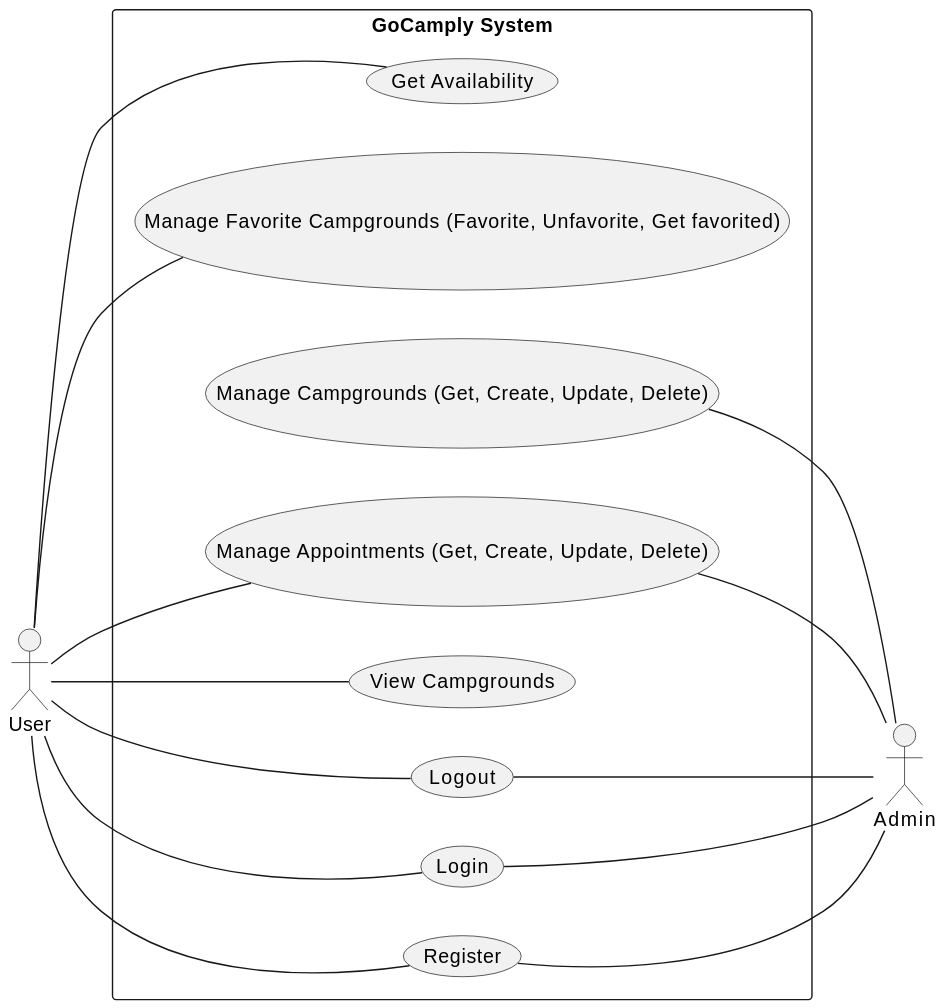
Above: docs/diagrams/usecase/Use Case Diagram.svg in aimon-tnp/GoCamply (PlantUML), before the change.
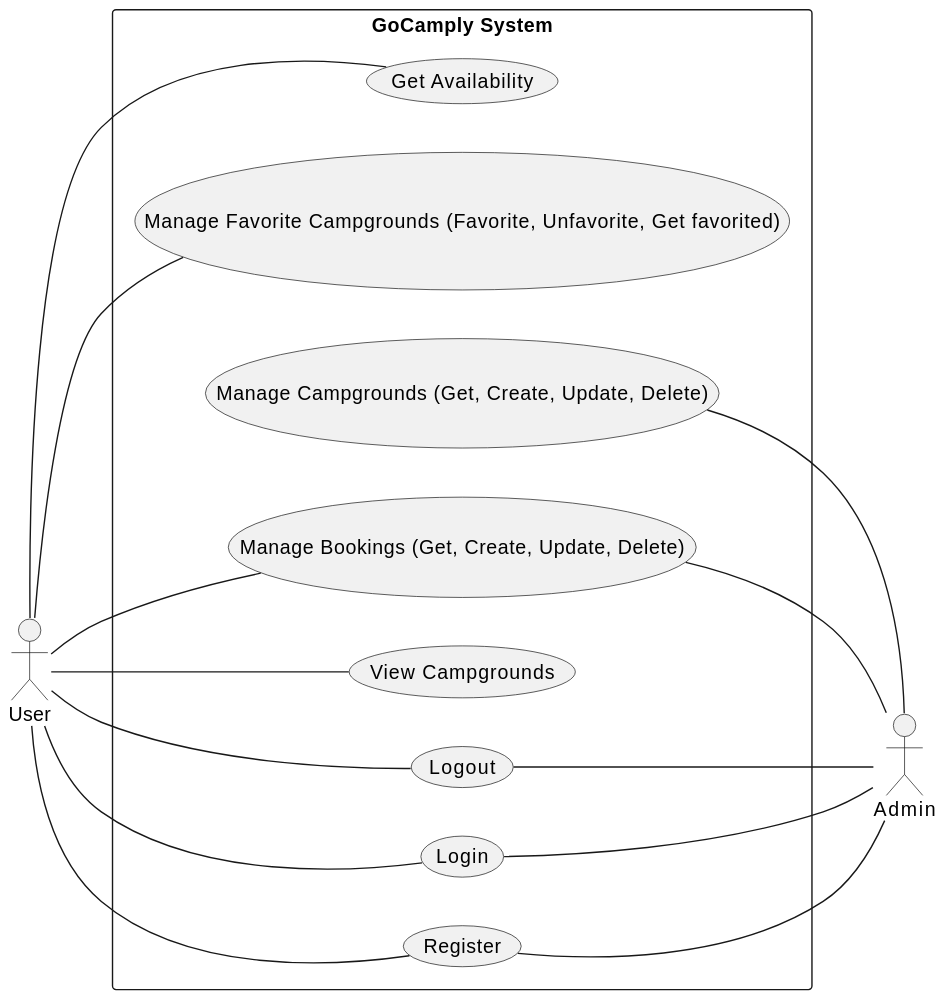
Above is the later version.

Change to the diagram source:
```diff
@@ -6,7 +6,7 @@
     usecase "Login" as login
     usecase "Logout" as logout
     usecase "View Campgrounds" as viewCampgrounds
-    usecase "Manage Appointments (Get, Create, Update, Delete)" as manageAppt
+    usecase "Manage Bookings (Get, Create, Update, Delete)" as manageAppt
     usecase "Manage Campgrounds (Get, Create, Update, Delete)" as manageCampground
     usecase "Manage Favorite Campgrounds (Favorite, Unfavorite, Get favorited)" as favoriteCampground
     usecase "Get Availability" as getAvailability
```
